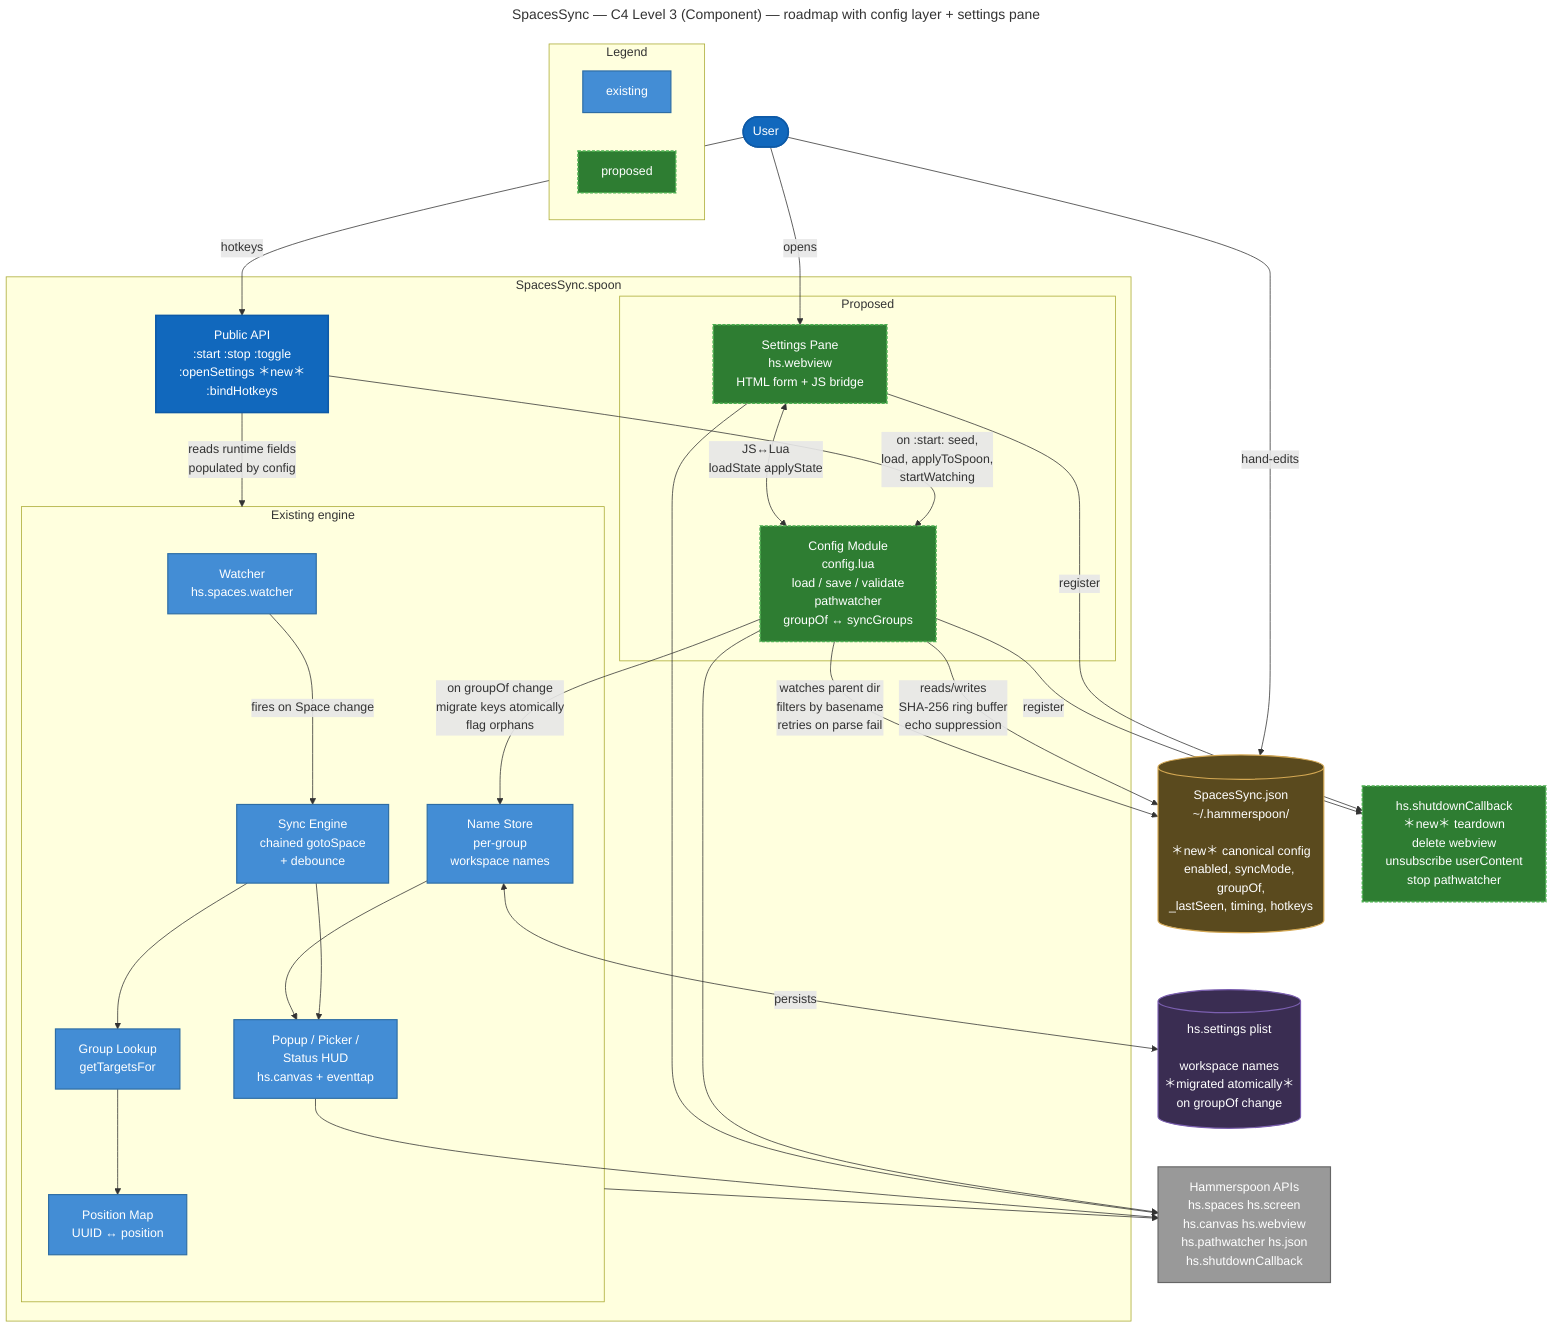
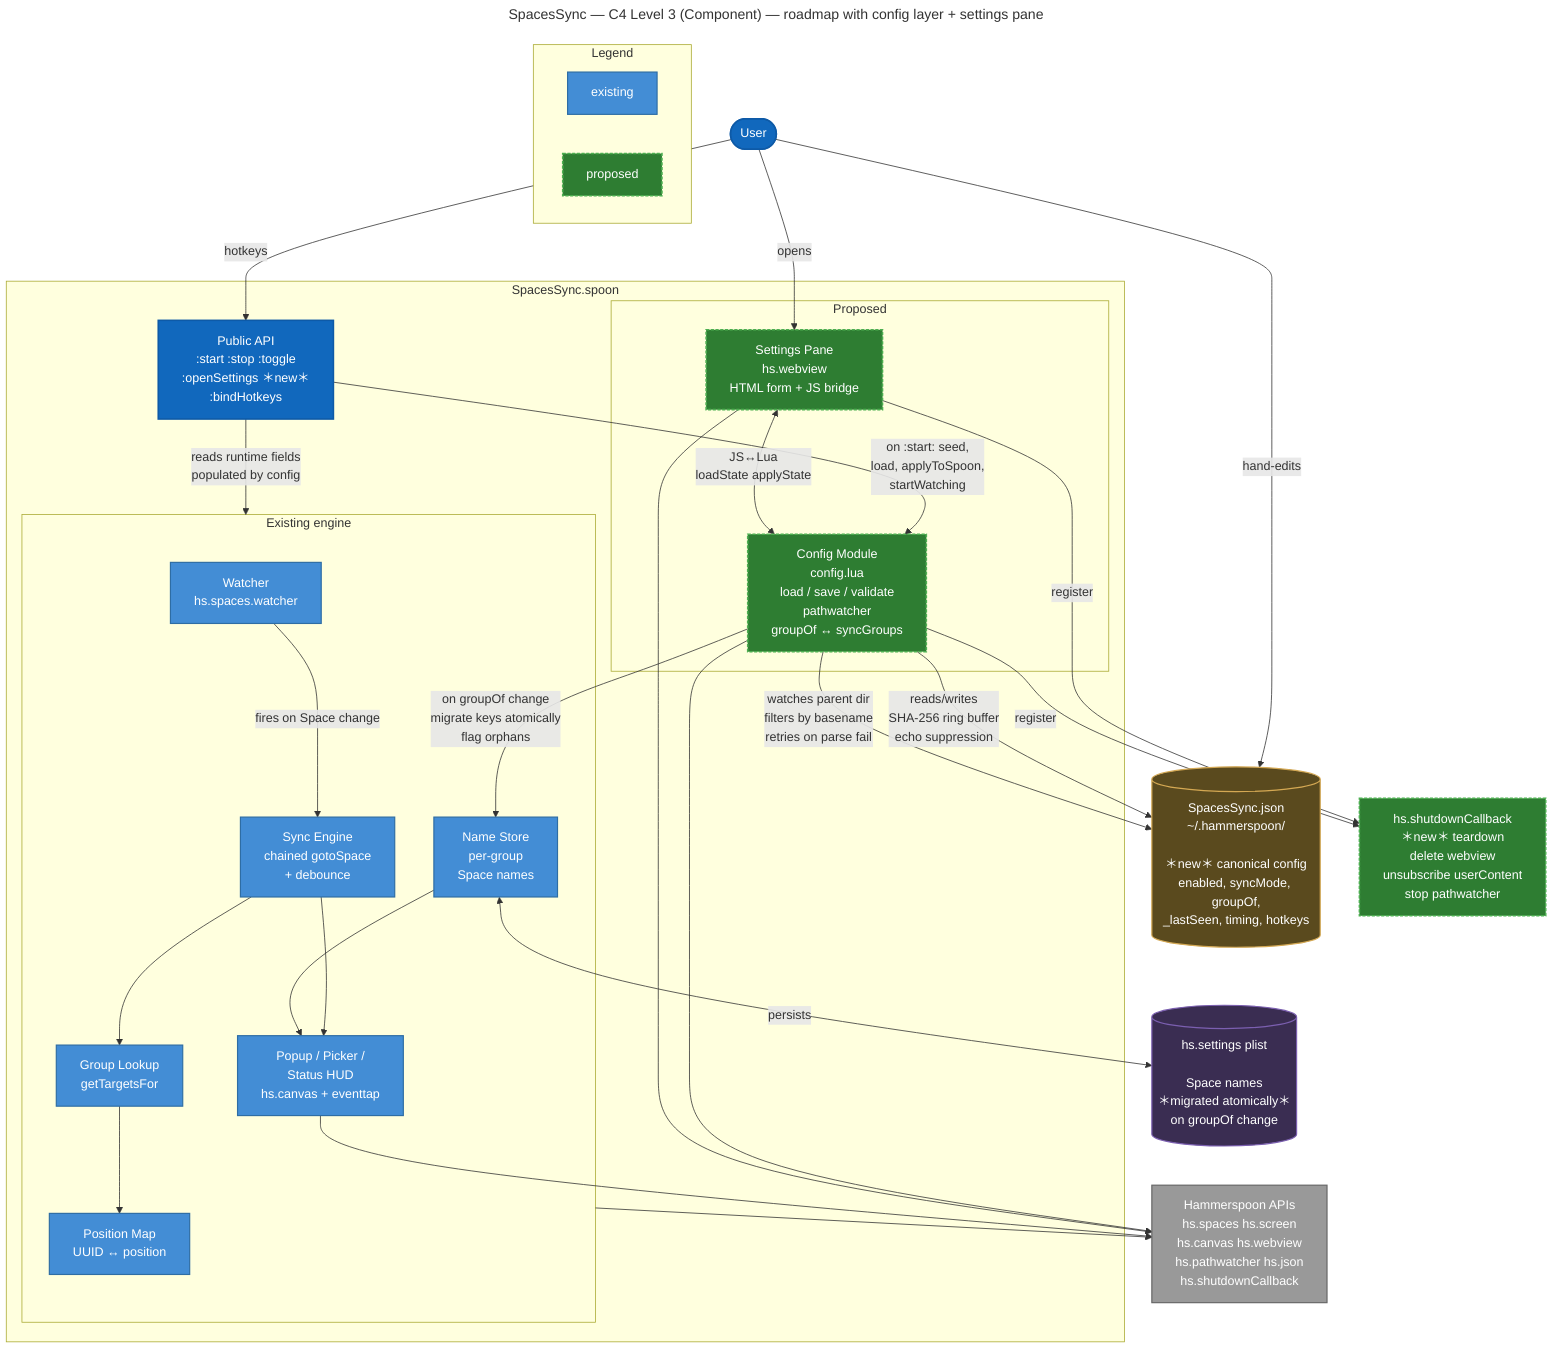
---
title: SpacesSync — C4 Level 3 (Component) — roadmap with config layer + settings pane
---
flowchart TB
    classDef public fill:#1168bd,stroke:#0e5aa7,color:#fff,stroke-width:2px
    classDef internal fill:#438dd5,stroke:#2e6da4,color:#fff,stroke-width:1.5px
    classDef proposed fill:#2e7d32,stroke:#4caf50,color:#fff,stroke-width:2px,stroke-dasharray: 4 2
    classDef external fill:#999,stroke:#666,color:#fff,stroke-width:1.5px
    classDef config fill:#5a4a1e,stroke:#d4a853,color:#fff,stroke-width:1.5px
    classDef store fill:#3a2d52,stroke:#7b5fb0,color:#fff,stroke-width:1.5px

    User([User]):::public

    subgraph Spoon [SpacesSync.spoon]
        API[Public API<br/>:start :stop :toggle<br/>:openSettings ＊new＊<br/>:bindHotkeys]:::public

        subgraph Engine [Existing engine]
            Watcher[Watcher<br/>hs.spaces.watcher]:::internal
            SyncEng[Sync Engine<br/>chained gotoSpace<br/>+ debounce]:::internal
            PosMap[Position Map<br/>UUID ↔ position]:::internal
            GroupLook[Group Lookup<br/>getTargetsFor]:::internal
-             Names[Name Store<br/>per-group<br/>workspace names]:::internal
+             Names[Name Store<br/>per-group<br/>Space names]:::internal
            UI[Popup / Picker /<br/>Status HUD<br/>hs.canvas + eventtap]:::internal
        end

        subgraph New [Proposed]
            ConfigMod[Config Module<br/>config.lua<br/>load / save / validate<br/>pathwatcher<br/>groupOf ↔ syncGroups]:::proposed
            SettingsPane[Settings Pane<br/>hs.webview<br/>HTML form + JS bridge]:::proposed
        end
    end

    JSON[(SpacesSync.json<br/>~/.hammerspoon/<br/><br/>＊new＊ canonical config<br/>enabled, syncMode, groupOf,<br/>_lastSeen, timing, hotkeys)]:::config
-     Plist[(hs.settings plist<br/><br/>workspace names<br/>＊migrated atomically＊<br/>on groupOf change)]:::store
+     Plist[(hs.settings plist<br/><br/>Space names<br/>＊migrated atomically＊<br/>on groupOf change)]:::store
    HSAPIs[Hammerspoon APIs<br/>hs.spaces hs.screen<br/>hs.canvas hs.webview<br/>hs.pathwatcher hs.json<br/>hs.shutdownCallback]:::external

    Shutdown[hs.shutdownCallback<br/>＊new＊ teardown<br/>delete webview<br/>unsubscribe userContent<br/>stop pathwatcher]:::proposed

    User -->|hotkeys| API
    User -->|opens| SettingsPane
    User -->|hand-edits| JSON

    API -->|on :start: seed,<br/>load, applyToSpoon,<br/>startWatching| ConfigMod
    API -->|reads runtime fields<br/>populated by config| Engine
    SettingsPane <-->|JS↔Lua<br/>loadState applyState| ConfigMod

    ConfigMod -->|reads/writes<br/>SHA-256 ring buffer<br/>echo suppression| JSON
    ConfigMod -->|watches parent dir<br/>filters by basename<br/>retries on parse fail| JSON
    ConfigMod -->|on groupOf change<br/>migrate keys atomically<br/>flag orphans| Names

    SettingsPane -->|register| Shutdown
    ConfigMod -->|register| Shutdown

    Watcher -->|fires on Space change| SyncEng
    SyncEng --> GroupLook
    GroupLook --> PosMap
    SyncEng --> UI
    Names --> UI
    Names <-->|persists| Plist

    Engine --> HSAPIs
    UI --> HSAPIs
    ConfigMod --> HSAPIs
    SettingsPane --> HSAPIs

    %% Legend
    subgraph Legend [Legend]
        direction LR
        L1[existing]:::internal
        L2[proposed]:::proposed
    end
